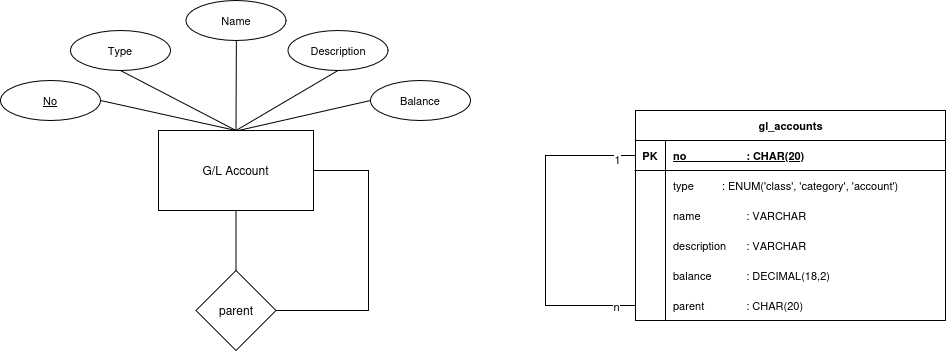
Earlier version of the draw.io export docs/datamodels/GL_Account.BOTH.drawio.png (julien-zigan/Kontenplan.Server). Source tidied: cells renumbered, new cells last; positions are measured from the earlier drawing's top-left corner, leaving out a move shared by most shapes.
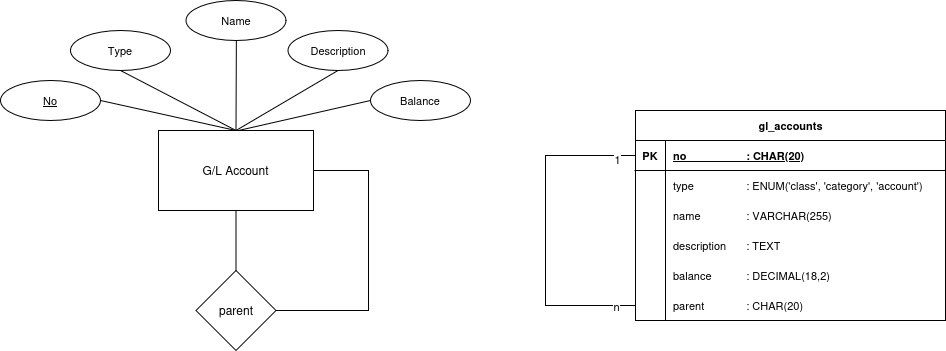
Above is the later version.

Commit message:
[Docs] update relational model of G/L Account

Diff of the diagram source:
```diff
@@ -85,7 +85,7 @@
     <mxCell id="24" style="shape=partialRectangle;fillColor=none;top=0;left=0;bottom=0;right=0;overflow=hidden;whiteSpace=wrap;html=1;fontFamily=Helvetica;fontSize=11;fontColor=default;labelBackgroundColor=default;" parent="23" vertex="1">
       <mxGeometry width="30" height="30" as="geometry" />
     </mxCell>
-    <mxCell id="25" value="type&lt;span style=&quot;white-space: pre;&quot;&gt;&#9;&lt;/span&gt;&lt;span style=&quot;white-space: pre;&quot;&gt;&#9;&lt;/span&gt;: ENUM('class', 'category', 'account')" style="shape=partialRectangle;fillColor=none;top=0;left=0;bottom=0;right=0;align=left;spacingLeft=6;overflow=hidden;whiteSpace=wrap;html=1;fontFamily=Helvetica;fontSize=11;fontColor=default;labelBackgroundColor=default;" parent="23" vertex="1">
+    <mxCell id="25" value="type&lt;span style=&quot;white-space: pre;&quot;&gt;&#9;&lt;/span&gt;&lt;span style=&quot;white-space: pre;&quot;&gt;&#9;&lt;/span&gt;&lt;span style=&quot;white-space: pre;&quot;&gt;&#9;&lt;/span&gt;: ENUM('class', 'category', 'account')" style="shape=partialRectangle;fillColor=none;top=0;left=0;bottom=0;right=0;align=left;spacingLeft=6;overflow=hidden;whiteSpace=wrap;html=1;fontFamily=Helvetica;fontSize=11;fontColor=default;labelBackgroundColor=default;" parent="23" vertex="1">
       <mxGeometry x="30" width="280" height="30" as="geometry" />
     </mxCell>
     <mxCell id="26" style="shape=tableRow;horizontal=0;startSize=0;swimlaneHead=0;swimlaneBody=0;fillColor=none;top=0;left=0;right=0;bottom=0;fontFamily=Helvetica;fontSize=11;fontColor=default;labelBackgroundColor=default;" parent="19" vertex="1">
@@ -94,7 +94,7 @@
     <mxCell id="27" style="shape=partialRectangle;fillColor=none;top=0;left=0;bottom=0;right=0;overflow=hidden;whiteSpace=wrap;html=1;fontFamily=Helvetica;fontSize=11;fontColor=default;labelBackgroundColor=default;" parent="26" vertex="1">
       <mxGeometry width="30" height="30" as="geometry" />
     </mxCell>
-    <mxCell id="28" value="name&lt;span style=&quot;white-space: pre;&quot;&gt;&#9;&lt;/span&gt;&lt;span style=&quot;white-space: pre;&quot;&gt;&#9;: VARCHAR&lt;/span&gt;" style="shape=partialRectangle;fillColor=none;top=0;left=0;bottom=0;right=0;align=left;spacingLeft=6;overflow=hidden;whiteSpace=wrap;html=1;fontFamily=Helvetica;fontSize=11;fontColor=default;labelBackgroundColor=default;" parent="26" vertex="1">
+    <mxCell id="28" value="name&lt;span style=&quot;white-space: pre;&quot;&gt;&#9;&lt;/span&gt;&lt;span style=&quot;white-space: pre;&quot;&gt;&#9;: VARCHAR&lt;/span&gt;(255)" style="shape=partialRectangle;fillColor=none;top=0;left=0;bottom=0;right=0;align=left;spacingLeft=6;overflow=hidden;whiteSpace=wrap;html=1;fontFamily=Helvetica;fontSize=11;fontColor=default;labelBackgroundColor=default;" parent="26" vertex="1">
       <mxGeometry x="30" width="280" height="30" as="geometry" />
     </mxCell>
     <mxCell id="29" style="shape=tableRow;horizontal=0;startSize=0;swimlaneHead=0;swimlaneBody=0;fillColor=none;top=0;left=0;right=0;bottom=0;fontFamily=Helvetica;fontSize=11;fontColor=default;labelBackgroundColor=default;" parent="19" vertex="1">
@@ -103,7 +103,7 @@
     <mxCell id="30" style="shape=partialRectangle;fillColor=none;top=0;left=0;bottom=0;right=0;overflow=hidden;whiteSpace=wrap;html=1;fontFamily=Helvetica;fontSize=11;fontColor=default;labelBackgroundColor=default;" parent="29" vertex="1">
       <mxGeometry width="30" height="30" as="geometry" />
     </mxCell>
-    <mxCell id="31" value="&lt;div&gt;description&lt;span style=&quot;white-space: pre;&quot;&gt;&#9;&lt;/span&gt;: VARCHAR&lt;/div&gt;" style="shape=partialRectangle;fillColor=none;top=0;left=0;bottom=0;right=0;align=left;spacingLeft=6;overflow=hidden;whiteSpace=wrap;html=1;fontFamily=Helvetica;fontSize=11;fontColor=default;labelBackgroundColor=default;" parent="29" vertex="1">
+    <mxCell id="31" value="&lt;div&gt;description&lt;span style=&quot;white-space: pre;&quot;&gt;&#9;&lt;/span&gt;: TEXT&lt;/div&gt;" style="shape=partialRectangle;fillColor=none;top=0;left=0;bottom=0;right=0;align=left;spacingLeft=6;overflow=hidden;whiteSpace=wrap;html=1;fontFamily=Helvetica;fontSize=11;fontColor=default;labelBackgroundColor=default;" parent="29" vertex="1">
       <mxGeometry x="30" width="280" height="30" as="geometry" />
     </mxCell>
     <mxCell id="32" style="shape=tableRow;horizontal=0;startSize=0;swimlaneHead=0;swimlaneBody=0;fillColor=none;top=0;left=0;right=0;bottom=0;fontFamily=Helvetica;fontSize=11;fontColor=default;labelBackgroundColor=default;" parent="19" vertex="1">
```
